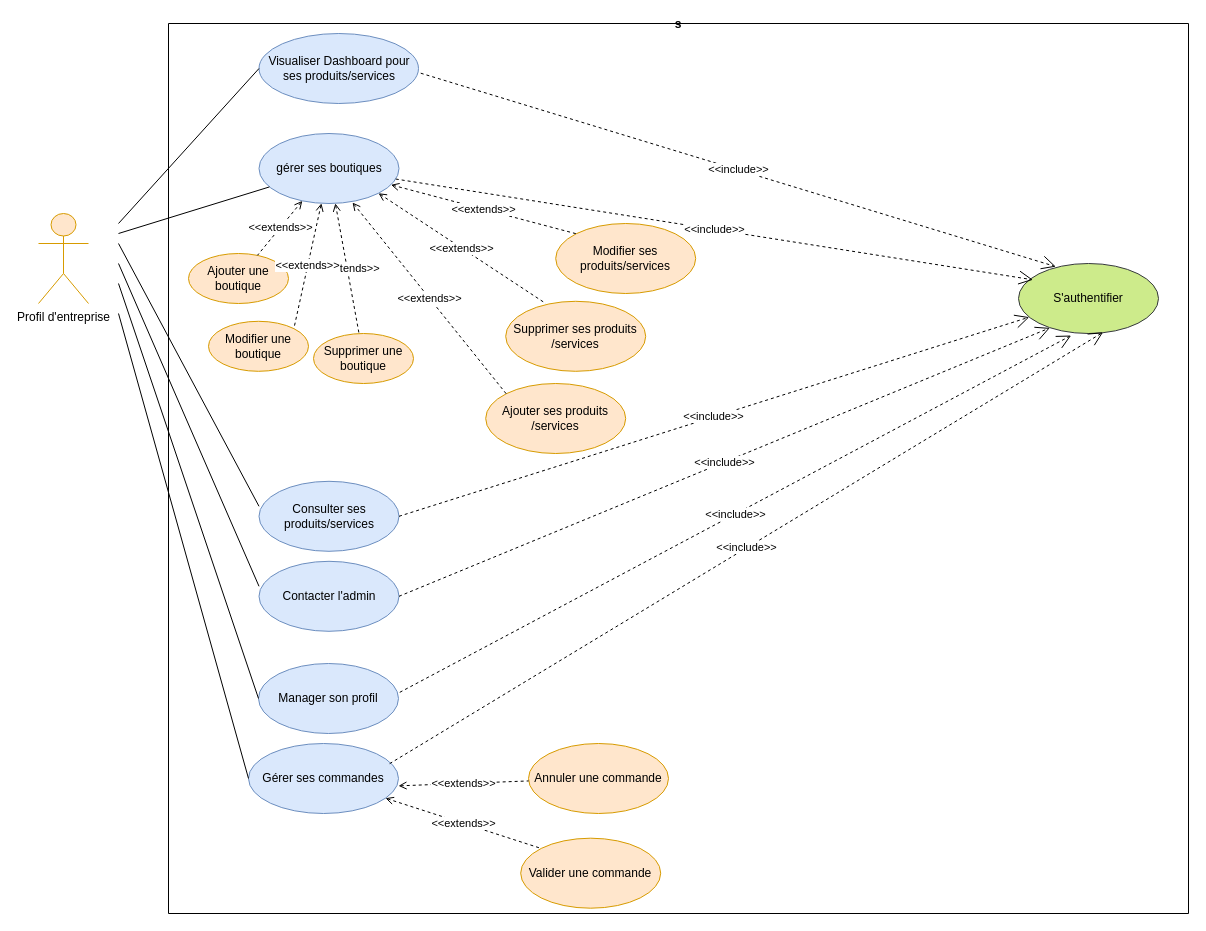
Before: 3. UseCase_BusinessOwner.drawio in amine-elarass49/angular_doc, a draw.io diagram. Source tidied: cells renumbered, new cells numbered last; positions are measured from the earlier drawing's top-left corner, leaving out a move shared by most shapes. Both pictures are drawn from the tidied source at 100%, with x=0, y=0 at pixel (38, 23).
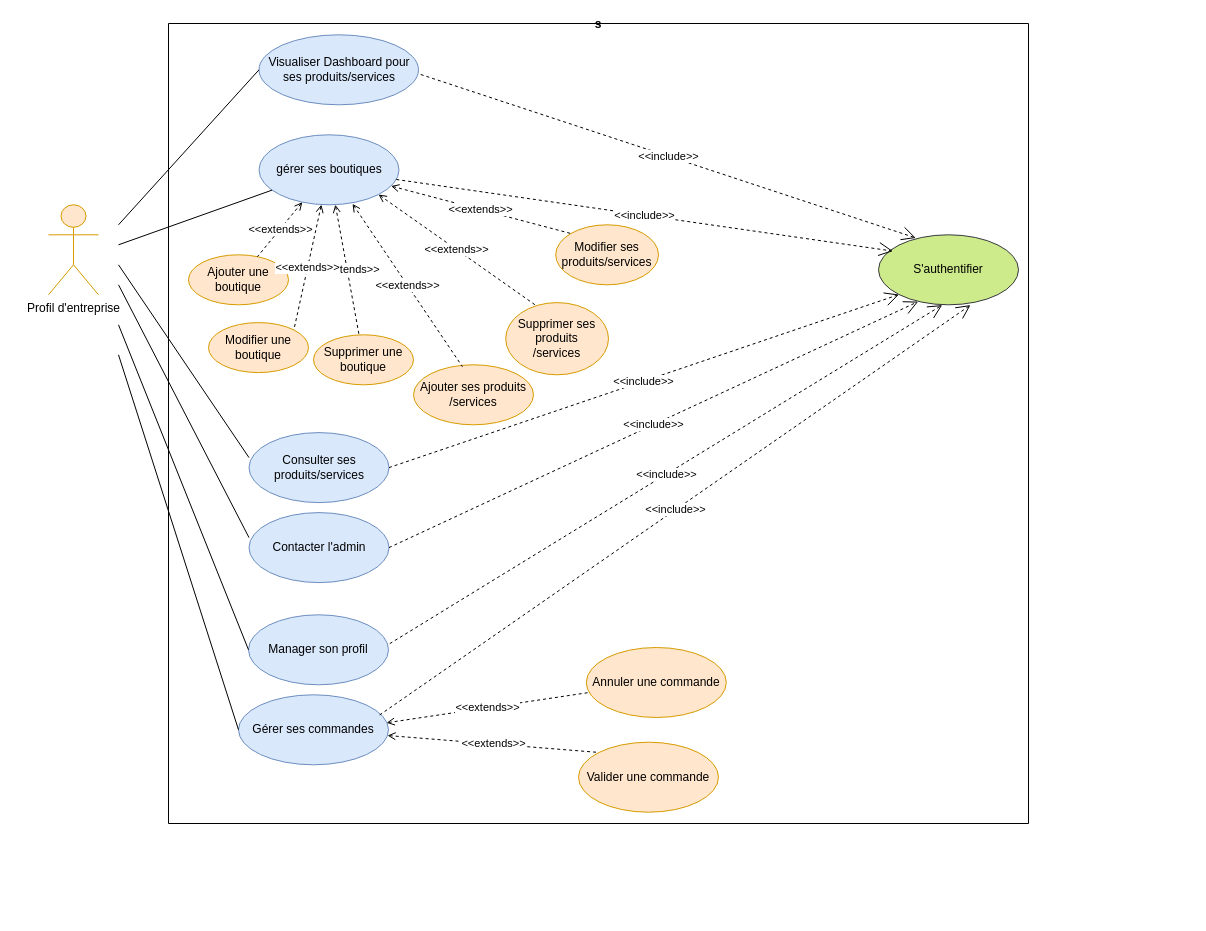
Above is the later version.

The edit, as a diff of the source:
```diff
@@
     <mxCell id="2" value="s" style="swimlane;startSize=0;" parent="1" vertex="1">
-      <mxGeometry x="130" width="1020" height="890" as="geometry" />
+      <mxGeometry x="130" width="860" height="800" as="geometry" />
     </mxCell>
     <mxCell id="3" value="S'authentifier" style="ellipse;whiteSpace=wrap;html=1;fillColor=#cdeb8b;strokeColor=#36393d;" parent="2" vertex="1">
-      <mxGeometry x="850" y="240" width="140" height="70" as="geometry" />
+      <mxGeometry x="710" y="211.3" width="140" height="70" as="geometry" />
     </mxCell>
     <mxCell id="4" value="gérer ses boutiques" style="ellipse;whiteSpace=wrap;html=1;fillColor=#dae8fc;strokeColor=#6c8ebf;" parent="2" vertex="1">
-      <mxGeometry x="90.5" y="110" width="140" height="70" as="geometry" />
+      <mxGeometry x="90.5" y="111.3" width="140" height="70" as="geometry" />
     </mxCell>
     <mxCell id="5" value="Modifier ses produits/services" style="ellipse;whiteSpace=wrap;html=1;fillColor=#ffe6cc;strokeColor=#d79b00;" parent="2" vertex="1">
-      <mxGeometry x="387.2" y="200" width="140" height="70" as="geometry" />
+      <mxGeometry x="387.2" y="201.3" width="102.8" height="60" as="geometry" />
     </mxCell>
     <mxCell id="6" value="&lt;div&gt;Supprimer ses produits&lt;/div&gt;/services" style="ellipse;whiteSpace=wrap;html=1;fillColor=#ffe6cc;strokeColor=#d79b00;" parent="2" vertex="1">
-      <mxGeometry x="337.2" y="277.8" width="140" height="70" as="geometry" />
+      <mxGeometry x="337.2" y="279.1" width="102.8" height="72.2" as="geometry" />
     </mxCell>
     <mxCell id="7" value="Consulter ses produits/services" style="ellipse;whiteSpace=wrap;html=1;fillColor=#dae8fc;strokeColor=#6c8ebf;" parent="2" vertex="1">
-      <mxGeometry x="90.5" y="457.8" width="140" height="70" as="geometry" />
+      <mxGeometry x="80.5" y="409.1" width="140" height="70" as="geometry" />
     </mxCell>
     <mxCell id="8" value="Contacter l'admin" style="ellipse;whiteSpace=wrap;html=1;fillColor=#dae8fc;strokeColor=#6c8ebf;" parent="2" vertex="1">
-      <mxGeometry x="90.5" y="537.8" width="140" height="70" as="geometry" />
+      <mxGeometry x="80.5" y="489.1" width="140" height="70" as="geometry" />
     </mxCell>
     <mxCell id="9" style="endArrow=none;html=1;rounded=0;entryX=0;entryY=0.5;entryDx=0;entryDy=0;" parent="2" edge="1">
       <mxGeometry relative="1" as="geometry">
-        <mxPoint x="-50" y="220" as="sourcePoint" />
-        <mxPoint x="90.5" y="482.8" as="targetPoint" />
+        <mxPoint x="-50" y="241.3" as="sourcePoint" />
+        <mxPoint x="80.5" y="434.1" as="targetPoint" />
       </mxGeometry>
     </mxCell>
     <mxCell id="10" style="endArrow=none;html=1;rounded=0;entryX=0;entryY=0.5;entryDx=0;entryDy=0;" parent="2" edge="1">
       <mxGeometry relative="1" as="geometry">
-        <mxPoint x="-50" y="240" as="sourcePoint" />
-        <mxPoint x="90.5" y="562.8" as="targetPoint" />
+        <mxPoint x="-50" y="261.3" as="sourcePoint" />
+        <mxPoint x="80.5" y="514.1" as="targetPoint" />
       </mxGeometry>
     </mxCell>
@@
-    <mxCell id="12" value="&amp;lt;&amp;lt;include&amp;gt;&amp;gt;" style="endArrow=open;endSize=12;dashed=1;html=1;rounded=0;exitX=1;exitY=0.5;exitDx=0;exitDy=0;entryX=0.224;entryY=0.92;entryDx=0;entryDy=0;entryPerimeter=0;" parent="2" edge="1" source="8" target="3">
+    <mxCell id="12" value="&amp;lt;&amp;lt;include&amp;gt;&amp;gt;" style="endArrow=open;endSize=12;dashed=1;html=1;rounded=0;exitX=1;exitY=0.5;exitDx=0;exitDy=0;entryX=0.283;entryY=0.955;entryDx=0;entryDy=0;entryPerimeter=0;" parent="2" edge="1" source="8" target="3">
       <mxGeometry relative="1" as="geometry" />
     </mxCell>
     <mxCell id="13" style="endArrow=none;html=1;rounded=0;" parent="2" edge="1" target="4">
       <mxGeometry relative="1" as="geometry">
-        <mxPoint x="-50" y="210" as="sourcePoint" />
+        <mxPoint x="-50" y="221.3" as="sourcePoint" />
       </mxGeometry>
     </mxCell>
-    <mxCell id="14" value="&amp;lt;&amp;lt;include&amp;gt;&amp;gt;" style="endArrow=open;endSize=12;dashed=1;html=1;rounded=0;exitX=1;exitY=0.5;exitDx=0;exitDy=0;" parent="2" edge="1" source="7" target="3">
+    <mxCell id="14" value="&amp;lt;&amp;lt;include&amp;gt;&amp;gt;" style="endArrow=open;endSize=12;dashed=1;html=1;rounded=0;exitX=1;exitY=0.5;exitDx=0;exitDy=0;entryX=0;entryY=1;entryDx=0;entryDy=0;" parent="2" edge="1" source="7" target="3">
       <mxGeometry relative="1" as="geometry" />
     </mxCell>
     <mxCell id="15" value="Manager son profil" style="ellipse;whiteSpace=wrap;html=1;fillColor=#dae8fc;strokeColor=#6c8ebf;" parent="2" vertex="1">
-      <mxGeometry x="90" y="640" width="140" height="70" as="geometry" />
+      <mxGeometry x="80" y="591.3" width="140" height="70" as="geometry" />
     </mxCell>
     <mxCell id="16" style="endArrow=none;html=1;rounded=0;entryX=0;entryY=0.5;entryDx=0;entryDy=0;" parent="2" edge="1" target="15">
       <mxGeometry relative="1" as="geometry">
-        <mxPoint x="-50" y="260" as="sourcePoint" />
+        <mxPoint x="-50" y="301.3" as="sourcePoint" />
       </mxGeometry>
     </mxCell>
     <mxCell id="17" value="Gérer ses commandes" style="ellipse;whiteSpace=wrap;html=1;fillColor=#dae8fc;strokeColor=#6c8ebf;" parent="2" vertex="1">
-      <mxGeometry x="80" y="720" width="150" height="70" as="geometry" />
+      <mxGeometry x="70" y="671.3" width="150" height="70" as="geometry" />
     </mxCell>
-    <mxCell id="18" value="&amp;lt;&amp;lt;include&amp;gt;&amp;gt;" style="endArrow=open;endSize=12;dashed=1;html=1;rounded=0;exitX=0.941;exitY=0.288;exitDx=0;exitDy=0;exitPerimeter=0;entryX=0.604;entryY=0.983;entryDx=0;entryDy=0;entryPerimeter=0;" parent="2" edge="1" source="17" target="3">
+    <mxCell id="18" value="&amp;lt;&amp;lt;include&amp;gt;&amp;gt;" style="endArrow=open;endSize=12;dashed=1;html=1;rounded=0;exitX=0.941;exitY=0.288;exitDx=0;exitDy=0;exitPerimeter=0;entryX=0.657;entryY=1.004;entryDx=0;entryDy=0;entryPerimeter=0;" parent="2" edge="1" source="17" target="3">
       <mxGeometry relative="1" as="geometry" />
     </mxCell>
-    <mxCell id="19" value="&amp;lt;&amp;lt;include&amp;gt;&amp;gt;" style="endArrow=open;endSize=12;dashed=1;html=1;rounded=0;exitX=1.009;exitY=0.412;exitDx=0;exitDy=0;exitPerimeter=0;entryX=0.376;entryY=1.029;entryDx=0;entryDy=0;entryPerimeter=0;" parent="2" edge="1" source="15" target="3">
+    <mxCell id="19" value="&amp;lt;&amp;lt;include&amp;gt;&amp;gt;" style="endArrow=open;endSize=12;dashed=1;html=1;rounded=0;exitX=1.009;exitY=0.412;exitDx=0;exitDy=0;exitPerimeter=0;entryX=0.455;entryY=1.004;entryDx=0;entryDy=0;entryPerimeter=0;" parent="2" edge="1" source="15" target="3">
       <mxGeometry relative="1" as="geometry" />
     </mxCell>
     <mxCell id="20" style="endArrow=none;html=1;rounded=0;entryX=0;entryY=0.5;entryDx=0;entryDy=0;" parent="2" edge="1" target="17">
       <mxGeometry relative="1" as="geometry">
-        <mxPoint x="-50" y="290" as="sourcePoint" />
+        <mxPoint x="-50" y="331.3" as="sourcePoint" />
       </mxGeometry>
     </mxCell>
     <mxCell id="21" value="Visualiser Dashboard pour ses produits/services" style="ellipse;whiteSpace=wrap;html=1;fillColor=#dae8fc;strokeColor=#6c8ebf;" parent="2" vertex="1">
-      <mxGeometry x="90.5" y="10" width="159.5" height="70" as="geometry" />
+      <mxGeometry x="90.5" y="11.3" width="159.5" height="70" as="geometry" />
     </mxCell>
     <mxCell id="22" style="endArrow=none;html=1;rounded=0;entryX=0;entryY=0.5;entryDx=0;entryDy=0;" parent="2" edge="1" target="21">
       <mxGeometry relative="1" as="geometry">
-        <mxPoint x="-50" y="200" as="sourcePoint" />
+        <mxPoint x="-50" y="201.3" as="sourcePoint" />
       </mxGeometry>
     </mxCell>
@@
     <mxCell id="26" value="&lt;div&gt;Ajouter ses produits&lt;/div&gt;/services" style="ellipse;whiteSpace=wrap;html=1;fillColor=#ffe6cc;strokeColor=#d79b00;" parent="2" vertex="1">
-      <mxGeometry x="317.2" y="360" width="140" height="70" as="geometry" />
+      <mxGeometry x="245" y="341.3" width="120" height="60" as="geometry" />
     </mxCell>
-    <mxCell id="27" value="&amp;lt;&amp;lt;extends&amp;gt;&amp;gt;" style="endArrow=none;endSize=7;endFill=0;html=1;rounded=0;entryX=0;entryY=0;entryDx=0;entryDy=0;exitX=0.668;exitY=0.986;exitDx=0;exitDy=0;exitPerimeter=0;dashed=1;startArrow=open;startFill=0;" parent="2" edge="1" source="4" target="26">
+    <mxCell id="27" value="&amp;lt;&amp;lt;extends&amp;gt;&amp;gt;" style="endArrow=none;endSize=7;endFill=0;html=1;rounded=0;entryX=0.408;entryY=0.033;entryDx=0;entryDy=0;exitX=0.668;exitY=0.986;exitDx=0;exitDy=0;exitPerimeter=0;dashed=1;startArrow=open;startFill=0;entryPerimeter=0;" parent="2" edge="1" source="4" target="26">
       <mxGeometry relative="1" as="geometry" />
     </mxCell>
     <mxCell id="28" value="&lt;div&gt;Valider une commande&lt;/div&gt;" style="ellipse;whiteSpace=wrap;html=1;fillColor=#ffe6cc;strokeColor=#d79b00;" parent="2" vertex="1">
-      <mxGeometry x="352.2" y="814.7" width="140" height="70" as="geometry" />
+      <mxGeometry x="410" y="718.7" width="140" height="70" as="geometry" />
     </mxCell>
@@
     <mxCell id="30" value="&lt;div&gt;Annuler une commande&lt;/div&gt;" style="ellipse;whiteSpace=wrap;html=1;fillColor=#ffe6cc;strokeColor=#d79b00;" parent="2" vertex="1">
-      <mxGeometry x="360" y="720" width="140" height="70" as="geometry" />
+      <mxGeometry x="417.8" y="624" width="140" height="70" as="geometry" />
     </mxCell>
-    <mxCell id="31" value="&amp;lt;&amp;lt;extends&amp;gt;&amp;gt;" style="endArrow=none;endSize=7;endFill=0;html=1;rounded=0;exitX=1;exitY=0.605;exitDx=0;exitDy=0;exitPerimeter=0;startArrow=open;startFill=0;dashed=1;" parent="2" edge="1" source="17" target="30">
+    <mxCell id="31" value="&amp;lt;&amp;lt;extends&amp;gt;&amp;gt;" style="endArrow=none;endSize=7;endFill=0;html=1;rounded=0;exitX=0.987;exitY=0.4;exitDx=0;exitDy=0;exitPerimeter=0;startArrow=open;startFill=0;dashed=1;" parent="2" edge="1" source="17" target="30">
       <mxGeometry relative="1" as="geometry" />
     </mxCell>
-    <mxCell id="32" value="Profil d'entreprise" style="shape=umlActor;verticalLabelPosition=bottom;verticalAlign=top;html=1;fillColor=#ffe6cc;strokeColor=#d79b00;" parent="2" vertex="1">
-      <mxGeometry x="-130" y="190" width="50" height="90" as="geometry" />
-    </mxCell>
     <mxCell id="33" value="&lt;div&gt;Ajouter une boutique&lt;br&gt;&lt;/div&gt;" style="ellipse;whiteSpace=wrap;html=1;fillColor=#ffe6cc;strokeColor=#d79b00;" parent="2" vertex="1">
-      <mxGeometry x="20" y="230" width="100" height="50" as="geometry" />
+      <mxGeometry x="20" y="231.3" width="100" height="50" as="geometry" />
     </mxCell>
     <mxCell id="34" value="&lt;div&gt;Supprimer une boutique&lt;br&gt;&lt;/div&gt;" style="ellipse;whiteSpace=wrap;html=1;fillColor=#ffe6cc;strokeColor=#d79b00;" parent="2" vertex="1">
-      <mxGeometry x="145" y="310" width="100" height="50" as="geometry" />
+      <mxGeometry x="145" y="311.3" width="100" height="50" as="geometry" />
     </mxCell>
     <mxCell id="35" value="&lt;div&gt;Modifier une boutique&lt;br&gt;&lt;/div&gt;" style="ellipse;whiteSpace=wrap;html=1;fillColor=#ffe6cc;strokeColor=#d79b00;" parent="2" vertex="1">
-      <mxGeometry x="40" y="297.8" width="100" height="50" as="geometry" />
+      <mxGeometry x="40" y="299.1" width="100" height="50" as="geometry" />
     </mxCell>
@@
+    <mxCell id="32" value="Profil d'entreprise" style="shape=umlActor;verticalLabelPosition=bottom;verticalAlign=top;html=1;fillColor=#ffe6cc;strokeColor=#d79b00;" parent="2" vertex="1">
+      <mxGeometry x="-120" y="181.3" width="50" height="90" as="geometry" />
+    </mxCell>
```
